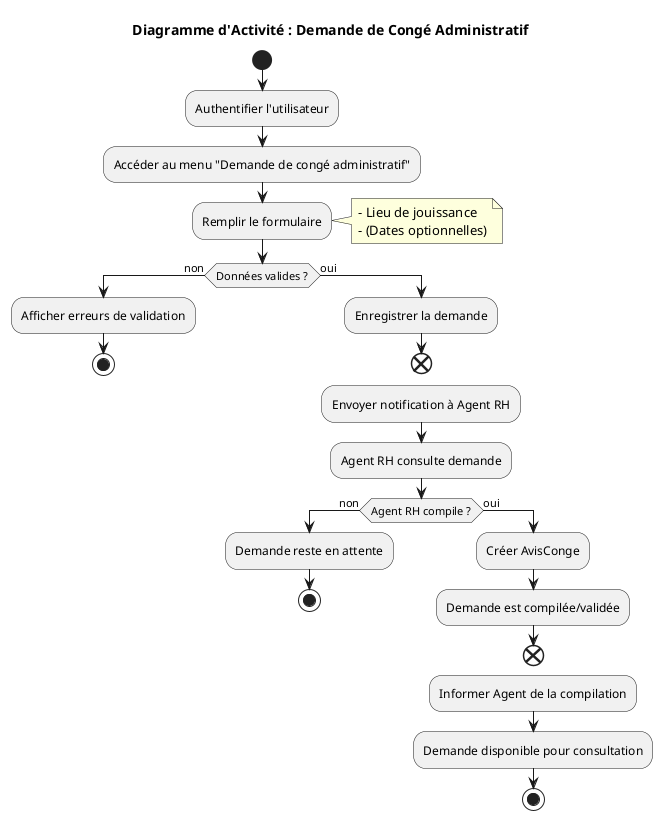
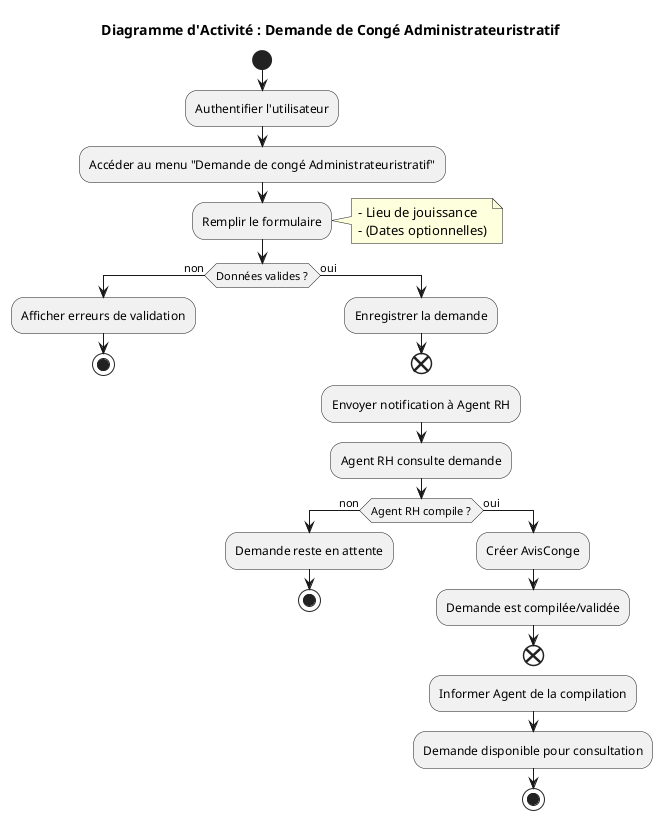
@startuml Activity_Demande_Conge
- title Diagramme d'Activité : Demande de Congé Administratif
+ title Diagramme d'Activité : Demande de Congé Administrateuristratif

start
:Authentifier l'utilisateur;
- :Accéder au menu "Demande de congé administratif";
+ :Accéder au menu "Demande de congé Administrateuristratif";
:Remplir le formulaire;
note right
  - Lieu de jouissance
  - (Dates optionnelles)
end note

if (Données valides ?) then (non)
  :Afficher erreurs de validation;
  stop
else (oui)
  :Enregistrer la demande;
end

:Envoyer notification à Agent RH;

:Agent RH consulte demande;

if (Agent RH compile ?) then (non)
  :Demande reste en attente;
  stop
else (oui)
  :Créer AvisConge;
  :Demande est compilée/validée;
end

:Informer Agent de la compilation;
:Demande disponible pour consultation;

stop

@enduml